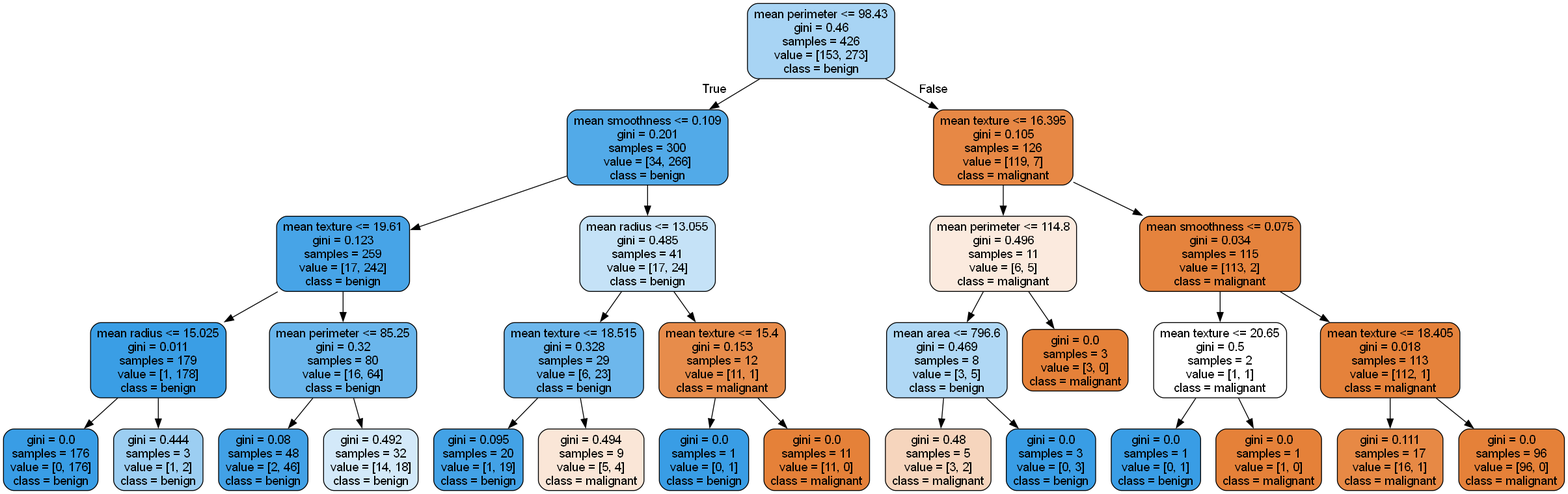
The Graphviz diagram week_4_homework/hw_result/tree_maxacc_4.png in worachote1/Machine-Learning-Lab-KMITL, before a commit. Its source is kept beside it as week_4_homework/hw_result/tree_maxacc_4.dot.
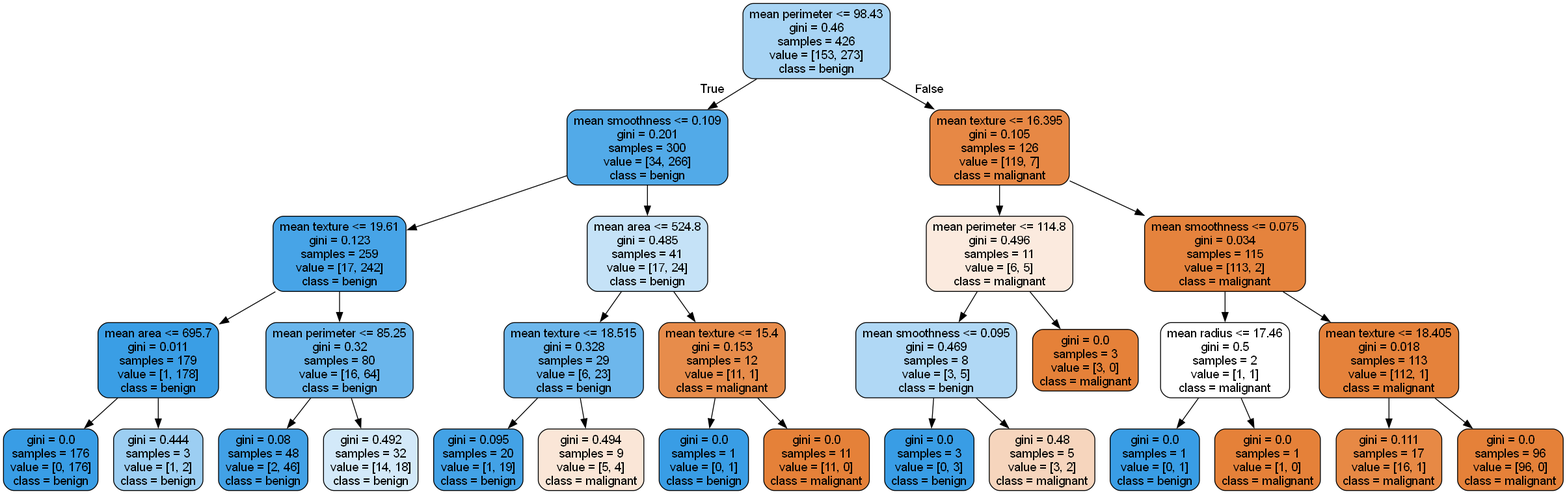
The same file after the commit.

Diff of the diagram source:
```diff
@@ -6,7 +6,7 @@
 0 -> 1 [labeldistance=2.5, labelangle=45, headlabel="True"] ;
 2 [label="mean texture <= 19.61\ngini = 0.123\nsamples = 259\nvalue = [17, 242]\nclass = benign", fillcolor="#47a4e7"] ;
 1 -> 2 ;
-3 [label="mean radius <= 15.025\ngini = 0.011\nsamples = 179\nvalue = [1, 178]\nclass = benign", fillcolor="#3a9ee5"] ;
+3 [label="mean area <= 695.7\ngini = 0.011\nsamples = 179\nvalue = [1, 178]\nclass = benign", fillcolor="#3a9ee5"] ;
 2 -> 3 ;
 4 [label="gini = 0.0\nsamples = 176\nvalue = [0, 176]\nclass = benign", fillcolor="#399de5"] ;
 3 -> 4 ;
@@ -18,7 +18,7 @@
 6 -> 7 ;
 8 [label="gini = 0.492\nsamples = 32\nvalue = [14, 18]\nclass = benign", fillcolor="#d3e9f9"] ;
 6 -> 8 ;
-9 [label="mean radius <= 13.055\ngini = 0.485\nsamples = 41\nvalue = [17, 24]\nclass = benign", fillcolor="#c5e2f7"] ;
+9 [label="mean area <= 524.8\ngini = 0.485\nsamples = 41\nvalue = [17, 24]\nclass = benign", fillcolor="#c5e2f7"] ;
 1 -> 9 ;
 10 [label="mean texture <= 18.515\ngini = 0.328\nsamples = 29\nvalue = [6, 23]\nclass = benign", fillcolor="#6db7ec"] ;
 9 -> 10 ;
@@ -36,17 +36,17 @@
 0 -> 16 [labeldistance=2.5, labelangle=-45, headlabel="False"] ;
 17 [label="mean perimeter <= 114.8\ngini = 0.496\nsamples = 11\nvalue = [6, 5]\nclass = malignant", fillcolor="#fbeade"] ;
 16 -> 17 ;
-18 [label="mean area <= 796.6\ngini = 0.469\nsamples = 8\nvalue = [3, 5]\nclass = benign", fillcolor="#b0d8f5"] ;
+18 [label="mean smoothness <= 0.095\ngini = 0.469\nsamples = 8\nvalue = [3, 5]\nclass = benign", fillcolor="#b0d8f5"] ;
 17 -> 18 ;
-19 [label="gini = 0.48\nsamples = 5\nvalue = [3, 2]\nclass = malignant", fillcolor="#f6d5bd"] ;
+19 [label="gini = 0.0\nsamples = 3\nvalue = [0, 3]\nclass = benign", fillcolor="#399de5"] ;
 18 -> 19 ;
-20 [label="gini = 0.0\nsamples = 3\nvalue = [0, 3]\nclass = benign", fillcolor="#399de5"] ;
+20 [label="gini = 0.48\nsamples = 5\nvalue = [3, 2]\nclass = malignant", fillcolor="#f6d5bd"] ;
 18 -> 20 ;
 21 [label="gini = 0.0\nsamples = 3\nvalue = [3, 0]\nclass = malignant", fillcolor="#e58139"] ;
 17 -> 21 ;
 22 [label="mean smoothness <= 0.075\ngini = 0.034\nsamples = 115\nvalue = [113, 2]\nclass = malignant", fillcolor="#e5833d"] ;
 16 -> 22 ;
-23 [label="mean texture <= 20.65\ngini = 0.5\nsamples = 2\nvalue = [1, 1]\nclass = malignant", fillcolor="#ffffff"] ;
+23 [label="mean radius <= 17.46\ngini = 0.5\nsamples = 2\nvalue = [1, 1]\nclass = malignant", fillcolor="#ffffff"] ;
 22 -> 23 ;
 24 [label="gini = 0.0\nsamples = 1\nvalue = [0, 1]\nclass = benign", fillcolor="#399de5"] ;
 23 -> 24 ;
```
